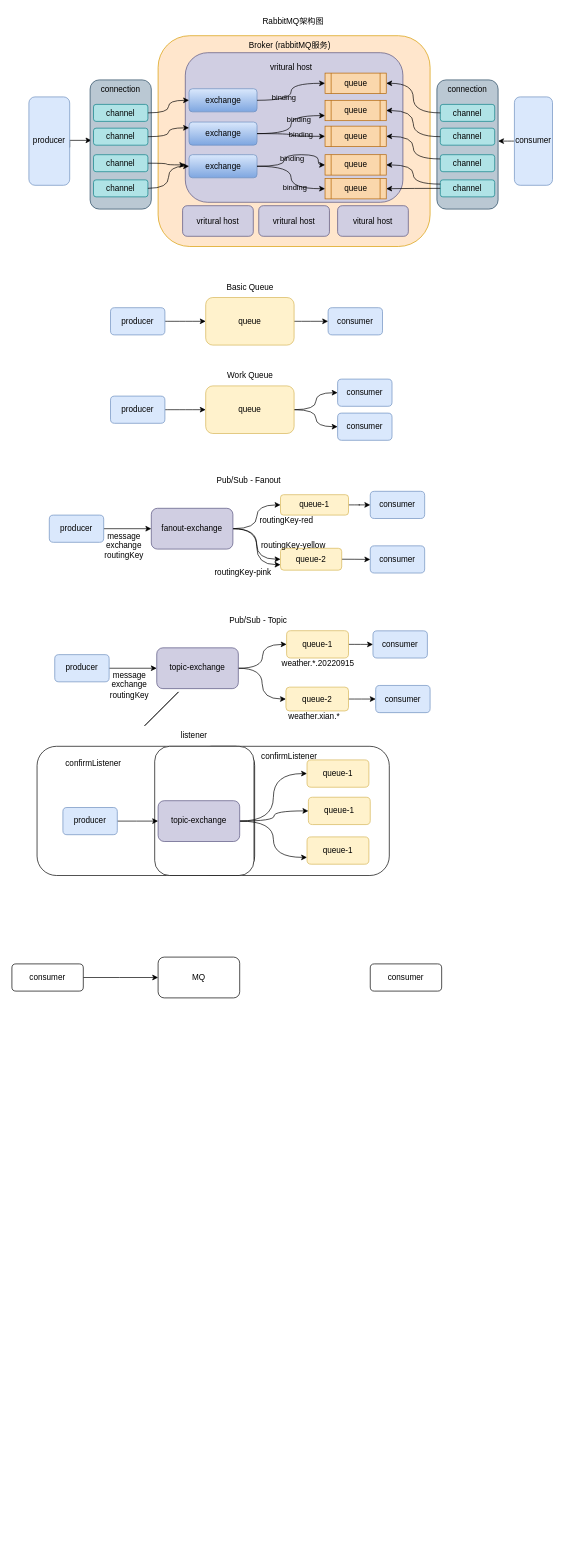
This is drawIo/mq/rabbitMQ.drawio from zxwin1105/note, a draw.io file, before an edit. Source tidied: cells renumbered, new cells numbered last; positions are measured from the earlier drawing's top-left corner, leaving out a move shared by most shapes. Both pictures are drawn from the tidied source at 68%, with x=0, y=0 at pixel (12, 12).
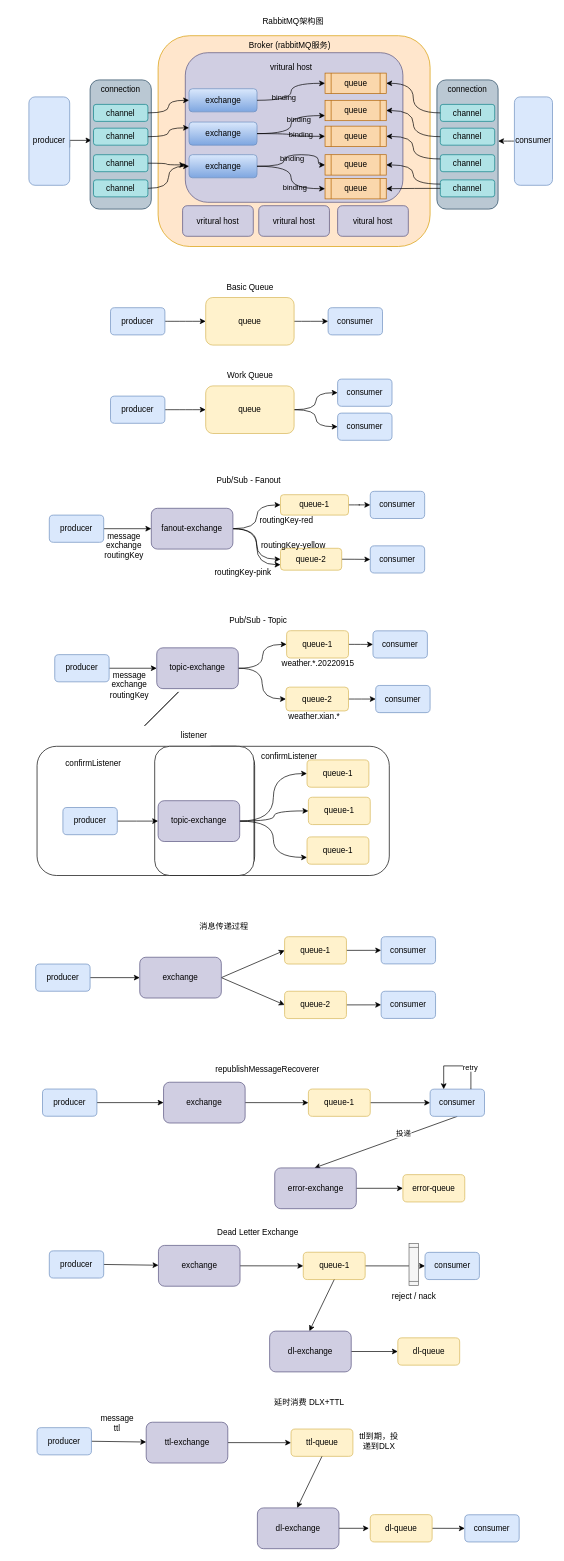
The same page after the edit.

What changed in the source:
```diff
@@
-    <mxCell id="119" style="edgeStyle=orthogonalEdgeStyle;curved=1;rounded=0;jettySize=auto;html=1;exitX=1;exitY=0.5;exitDx=0;exitDy=0;" parent="1" edge="1" source="120">
-      <mxGeometry relative="1" as="geometry">
-        <mxPoint x="215" y="1420" as="targetPoint" />
-      </mxGeometry>
-    </mxCell>
-    <mxCell id="120" value="consumer" style="rounded=1;whiteSpace=wrap;html=1;" parent="1" vertex="1">
-      <mxGeometry y="1400" width="105" height="40" as="geometry" />
-    </mxCell>
-    <mxCell id="121" value="consumer" style="rounded=1;whiteSpace=wrap;html=1;" parent="1" vertex="1">
-      <mxGeometry x="527" y="1400" width="105" height="40" as="geometry" />
-    </mxCell>
-    <mxCell id="122" value="MQ" style="rounded=1;whiteSpace=wrap;html=1;" parent="1" vertex="1">
-      <mxGeometry x="215" y="1390" width="120" height="60" as="geometry" />
-    </mxCell>
+    <mxCell id="123" value="消息传递过程" style="text;html=1;strokeColor=none;fillColor=none;align=center;verticalAlign=middle;whiteSpace=wrap;rounded=0;" parent="1" vertex="1">
+      <mxGeometry x="269" y="1330" width="86" height="30" as="geometry" />
+    </mxCell>
+    <mxCell id="124" style="edgeStyle=orthogonalEdgeStyle;rounded=0;jettySize=auto;html=1;exitX=1;exitY=0.5;exitDx=0;exitDy=0;entryX=0;entryY=0.5;entryDx=0;entryDy=0;" parent="1" edge="1" source="125" target="128">
+      <mxGeometry relative="1" as="geometry" />
+    </mxCell>
+    <mxCell id="125" value="producer" style="rounded=1;whiteSpace=wrap;html=1;labelBackgroundColor=none;fillColor=#dae8fc;strokeColor=#6c8ebf;" parent="1" vertex="1">
+      <mxGeometry x="35" y="1400.2" width="80" height="40" as="geometry" />
+    </mxCell>
+    <mxCell id="126" style="rounded=0;jettySize=auto;html=1;exitX=1;exitY=0.5;exitDx=0;exitDy=0;entryX=0;entryY=0.5;entryDx=0;entryDy=0;" parent="1" edge="1" source="128" target="130">
+      <mxGeometry relative="1" as="geometry" />
+    </mxCell>
+    <mxCell id="127" style="rounded=0;jettySize=auto;html=1;exitX=1;exitY=0.5;exitDx=0;exitDy=0;entryX=0;entryY=0.5;entryDx=0;entryDy=0;" parent="1" edge="1" source="128" target="132">
+      <mxGeometry relative="1" as="geometry" />
+    </mxCell>
+    <mxCell id="128" value="exchange" style="rounded=1;whiteSpace=wrap;html=1;fillColor=#d0cee2;strokeColor=#56517e;" parent="1" vertex="1">
+      <mxGeometry x="188" y="1390.2" width="120" height="60" as="geometry" />
+    </mxCell>
+    <mxCell id="129" style="edgeStyle=none;rounded=0;jettySize=auto;html=1;exitX=1;exitY=0.5;exitDx=0;exitDy=0;" parent="1" edge="1" source="130" target="133">
+      <mxGeometry relative="1" as="geometry" />
+    </mxCell>
+    <mxCell id="130" value="queue-1" style="rounded=1;whiteSpace=wrap;html=1;fillColor=#fff2cc;strokeColor=#d6b656;" parent="1" vertex="1">
+      <mxGeometry x="401" y="1360" width="91" height="40.2" as="geometry" />
+    </mxCell>
+    <mxCell id="131" style="edgeStyle=none;rounded=0;jettySize=auto;html=1;exitX=1;exitY=0.5;exitDx=0;exitDy=0;" parent="1" edge="1" source="132" target="134">
+      <mxGeometry relative="1" as="geometry" />
+    </mxCell>
+    <mxCell id="132" value="queue-2" style="rounded=1;whiteSpace=wrap;html=1;fillColor=#fff2cc;strokeColor=#d6b656;" parent="1" vertex="1">
+      <mxGeometry x="401" y="1440.2" width="91" height="40.2" as="geometry" />
+    </mxCell>
+    <mxCell id="133" value="consumer&lt;br&gt;" style="rounded=1;whiteSpace=wrap;html=1;labelBackgroundColor=none;fillColor=#dae8fc;strokeColor=#6c8ebf;" parent="1" vertex="1">
+      <mxGeometry x="543" y="1360" width="80" height="40" as="geometry" />
+    </mxCell>
+    <mxCell id="134" value="consumer&lt;br&gt;" style="rounded=1;whiteSpace=wrap;html=1;labelBackgroundColor=none;fillColor=#dae8fc;strokeColor=#6c8ebf;" parent="1" vertex="1">
+      <mxGeometry x="543" y="1440.2" width="80" height="40" as="geometry" />
+    </mxCell>
+    <mxCell id="135" value="republishMessageRecoverer" style="text;html=1;strokeColor=none;fillColor=none;align=center;verticalAlign=middle;whiteSpace=wrap;rounded=0;" parent="1" vertex="1">
+      <mxGeometry x="299" y="1540" width="154" height="30" as="geometry" />
+    </mxCell>
+    <mxCell id="136" style="edgeStyle=none;rounded=0;jettySize=auto;html=1;exitX=1;exitY=0.5;exitDx=0;exitDy=0;" parent="1" edge="1" source="137" target="139">
+      <mxGeometry relative="1" as="geometry" />
+    </mxCell>
+    <mxCell id="137" value="producer" style="rounded=1;whiteSpace=wrap;html=1;labelBackgroundColor=none;fillColor=#dae8fc;strokeColor=#6c8ebf;" parent="1" vertex="1">
+      <mxGeometry x="45" y="1584" width="80" height="40" as="geometry" />
+    </mxCell>
+    <mxCell id="138" style="edgeStyle=none;rounded=0;jettySize=auto;html=1;exitX=1;exitY=0.5;exitDx=0;exitDy=0;entryX=0;entryY=0.5;entryDx=0;entryDy=0;" parent="1" edge="1" source="139" target="141">
+      <mxGeometry relative="1" as="geometry" />
+    </mxCell>
+    <mxCell id="139" value="exchange" style="rounded=1;whiteSpace=wrap;html=1;fillColor=#d0cee2;strokeColor=#56517e;" parent="1" vertex="1">
+      <mxGeometry x="223" y="1574" width="120" height="60" as="geometry" />
+    </mxCell>
+    <mxCell id="140" style="edgeStyle=none;rounded=0;jettySize=auto;html=1;exitX=1;exitY=0.5;exitDx=0;exitDy=0;" parent="1" edge="1" source="141" target="144">
+      <mxGeometry relative="1" as="geometry" />
+    </mxCell>
+    <mxCell id="141" value="queue-1" style="rounded=1;whiteSpace=wrap;html=1;fillColor=#fff2cc;strokeColor=#d6b656;" parent="1" vertex="1">
+      <mxGeometry x="436" y="1584" width="91" height="40.2" as="geometry" />
+    </mxCell>
+    <mxCell id="142" style="rounded=0;jettySize=auto;html=1;exitX=0.5;exitY=1;exitDx=0;exitDy=0;elbow=vertical;" parent="1" edge="1" source="144">
+      <mxGeometry relative="1" as="geometry">
+        <mxPoint x="445" y="1700" as="targetPoint" />
+      </mxGeometry>
+    </mxCell>
+    <mxCell id="143" value="投递" style="edgeLabel;html=1;align=center;verticalAlign=middle;" parent="142" vertex="1">
+      <mxGeometry x="-0.26" y="-3" relative="1" as="geometry" />
+    </mxCell>
+    <mxCell id="144" value="consumer&lt;br&gt;" style="rounded=1;whiteSpace=wrap;html=1;labelBackgroundColor=none;fillColor=#dae8fc;strokeColor=#6c8ebf;" parent="1" vertex="1">
+      <mxGeometry x="615" y="1584.2" width="80" height="40" as="geometry" />
+    </mxCell>
+    <mxCell id="145" style="edgeStyle=orthogonalEdgeStyle;rounded=0;orthogonalLoop=1;jettySize=auto;html=1;exitX=0.75;exitY=0;exitDx=0;exitDy=0;entryX=0.25;entryY=0;entryDx=0;entryDy=0;elbow=vertical;" parent="1" edge="1" source="144" target="144">
+      <mxGeometry relative="1" as="geometry">
+        <Array as="points">
+          <mxPoint x="675" y="1550" />
+          <mxPoint x="635" y="1550" />
+        </Array>
+      </mxGeometry>
+    </mxCell>
+    <mxCell id="146" value="retry" style="edgeLabel;html=1;align=center;verticalAlign=middle;" parent="145" vertex="1">
+      <mxGeometry x="-0.33" y="1" relative="1" as="geometry" />
+    </mxCell>
+    <mxCell id="147" style="edgeStyle=none;rounded=0;jettySize=auto;html=1;exitX=1;exitY=0.5;exitDx=0;exitDy=0;elbow=vertical;" parent="1" edge="1" source="148">
+      <mxGeometry relative="1" as="geometry">
+        <mxPoint x="575" y="1730" as="targetPoint" />
+      </mxGeometry>
+    </mxCell>
+    <mxCell id="148" value="error-exchange" style="rounded=1;whiteSpace=wrap;html=1;fillColor=#d0cee2;strokeColor=#56517e;" parent="1" vertex="1">
+      <mxGeometry x="386.5" y="1700" width="120" height="60" as="geometry" />
+    </mxCell>
+    <mxCell id="149" value="error-queue" style="rounded=1;whiteSpace=wrap;html=1;fillColor=#fff2cc;strokeColor=#d6b656;" parent="1" vertex="1">
+      <mxGeometry x="575" y="1709.9" width="91" height="40.2" as="geometry" />
+    </mxCell>
+    <mxCell id="150" value="Dead Letter Exchange" style="text;html=1;strokeColor=none;fillColor=none;align=center;verticalAlign=middle;whiteSpace=wrap;rounded=0;" parent="1" vertex="1">
+      <mxGeometry x="285" y="1780" width="154" height="30" as="geometry" />
+    </mxCell>
+    <mxCell id="151" style="edgeStyle=none;rounded=0;jettySize=auto;html=1;exitX=1;exitY=0.5;exitDx=0;exitDy=0;" parent="1" edge="1" source="152" target="154">
+      <mxGeometry relative="1" as="geometry" />
+    </mxCell>
+    <mxCell id="152" value="producer" style="rounded=1;whiteSpace=wrap;html=1;labelBackgroundColor=none;fillColor=#dae8fc;strokeColor=#6c8ebf;" parent="1" vertex="1">
+      <mxGeometry x="55" y="1822" width="80" height="40" as="geometry" />
+    </mxCell>
+    <mxCell id="153" style="edgeStyle=none;rounded=0;jettySize=auto;html=1;exitX=1;exitY=0.5;exitDx=0;exitDy=0;entryX=0;entryY=0.5;entryDx=0;entryDy=0;" parent="1" edge="1" source="154" target="156">
+      <mxGeometry relative="1" as="geometry" />
+    </mxCell>
+    <mxCell id="154" value="exchange" style="rounded=1;whiteSpace=wrap;html=1;fillColor=#d0cee2;strokeColor=#56517e;" parent="1" vertex="1">
+      <mxGeometry x="215.5" y="1814" width="120" height="60" as="geometry" />
+    </mxCell>
+    <mxCell id="155" style="edgeStyle=none;rounded=0;jettySize=auto;html=1;exitX=1;exitY=0.5;exitDx=0;exitDy=0;" parent="1" edge="1" source="156" target="158">
+      <mxGeometry relative="1" as="geometry" />
+    </mxCell>
+    <mxCell id="156" value="queue-1" style="rounded=1;whiteSpace=wrap;html=1;fillColor=#fff2cc;strokeColor=#d6b656;" parent="1" vertex="1">
+      <mxGeometry x="428.5" y="1824" width="91" height="40.2" as="geometry" />
+    </mxCell>
+    <mxCell id="157" style="rounded=0;jettySize=auto;html=1;exitX=0.5;exitY=1;exitDx=0;exitDy=0;elbow=vertical;" parent="1" edge="1" source="156">
+      <mxGeometry relative="1" as="geometry">
+        <mxPoint x="437.5" y="1940" as="targetPoint" />
+      </mxGeometry>
+    </mxCell>
+    <mxCell id="158" value="consumer&lt;br&gt;" style="rounded=1;whiteSpace=wrap;html=1;labelBackgroundColor=none;fillColor=#dae8fc;strokeColor=#6c8ebf;" parent="1" vertex="1">
+      <mxGeometry x="607.5" y="1824.2" width="80" height="40" as="geometry" />
+    </mxCell>
+    <mxCell id="159" style="edgeStyle=none;rounded=0;jettySize=auto;html=1;exitX=1;exitY=0.5;exitDx=0;exitDy=0;elbow=vertical;" parent="1" edge="1" source="160">
+      <mxGeometry relative="1" as="geometry">
+        <mxPoint x="567.5" y="1970" as="targetPoint" />
+      </mxGeometry>
+    </mxCell>
+    <mxCell id="160" value="dl-exchange" style="rounded=1;whiteSpace=wrap;html=1;fillColor=#d0cee2;strokeColor=#56517e;" parent="1" vertex="1">
+      <mxGeometry x="379" y="1940" width="120" height="60" as="geometry" />
+    </mxCell>
+    <mxCell id="161" value="dl-queue" style="rounded=1;whiteSpace=wrap;html=1;fillColor=#fff2cc;strokeColor=#d6b656;" parent="1" vertex="1">
+      <mxGeometry x="567.5" y="1949.9" width="91" height="40.2" as="geometry" />
+    </mxCell>
+    <mxCell id="162" style="shape=process;whiteSpace=wrap;html=1;backgroundOutline=1;rotation=90;fillColor=#f5f5f5;fontColor=#333333;strokeColor=#666666;" parent="1" vertex="1">
+      <mxGeometry x="560" y="1835" width="62" height="14" as="geometry" />
+    </mxCell>
+    <mxCell id="163" value="reject / nack" style="text;html=1;strokeColor=none;fillColor=none;align=center;verticalAlign=middle;whiteSpace=wrap;rounded=0;" parent="1" vertex="1">
+      <mxGeometry x="555" y="1874" width="73" height="30" as="geometry" />
+    </mxCell>
+    <mxCell id="164" style="edgeStyle=none;rounded=0;jettySize=auto;html=1;exitX=1;exitY=0.5;exitDx=0;exitDy=0;" parent="1" edge="1" source="165" target="167">
+      <mxGeometry relative="1" as="geometry" />
+    </mxCell>
+    <mxCell id="165" value="producer" style="rounded=1;whiteSpace=wrap;html=1;labelBackgroundColor=none;fillColor=#dae8fc;strokeColor=#6c8ebf;" parent="1" vertex="1">
+      <mxGeometry x="37" y="2082" width="80" height="40" as="geometry" />
+    </mxCell>
+    <mxCell id="166" style="edgeStyle=none;rounded=0;jettySize=auto;html=1;exitX=1;exitY=0.5;exitDx=0;exitDy=0;entryX=0;entryY=0.5;entryDx=0;entryDy=0;" parent="1" edge="1" source="167" target="168">
+      <mxGeometry relative="1" as="geometry" />
+    </mxCell>
+    <mxCell id="167" value="ttl-exchange" style="rounded=1;whiteSpace=wrap;html=1;fillColor=#d0cee2;strokeColor=#56517e;" parent="1" vertex="1">
+      <mxGeometry x="197.5" y="2074" width="120" height="60" as="geometry" />
+    </mxCell>
+    <mxCell id="168" value="ttl-queue" style="rounded=1;whiteSpace=wrap;html=1;fillColor=#fff2cc;strokeColor=#d6b656;" parent="1" vertex="1">
+      <mxGeometry x="410.5" y="2084" width="91" height="40.2" as="geometry" />
+    </mxCell>
+    <mxCell id="169" style="rounded=0;jettySize=auto;html=1;exitX=0.5;exitY=1;exitDx=0;exitDy=0;elbow=vertical;" parent="1" edge="1" source="168">
+      <mxGeometry relative="1" as="geometry">
+        <mxPoint x="419.5" y="2200" as="targetPoint" />
+      </mxGeometry>
+    </mxCell>
+    <mxCell id="170" style="edgeStyle=none;rounded=0;jettySize=auto;html=1;exitX=1;exitY=0.5;exitDx=0;exitDy=0;elbow=vertical;" parent="1" edge="1" source="171">
+      <mxGeometry relative="1" as="geometry">
+        <mxPoint x="525" y="2230" as="targetPoint" />
+      </mxGeometry>
+    </mxCell>
+    <mxCell id="171" value="dl-exchange" style="rounded=1;whiteSpace=wrap;html=1;fillColor=#d0cee2;strokeColor=#56517e;" parent="1" vertex="1">
+      <mxGeometry x="361" y="2200" width="120" height="60" as="geometry" />
+    </mxCell>
+    <mxCell id="172" style="edgeStyle=none;rounded=0;jettySize=auto;html=1;exitX=1;exitY=0.5;exitDx=0;exitDy=0;entryX=0;entryY=0.5;entryDx=0;entryDy=0;elbow=vertical;" parent="1" edge="1" source="173" target="175">
+      <mxGeometry relative="1" as="geometry" />
+    </mxCell>
+    <mxCell id="173" value="dl-queue" style="rounded=1;whiteSpace=wrap;html=1;fillColor=#fff2cc;strokeColor=#d6b656;" parent="1" vertex="1">
+      <mxGeometry x="527" y="2209.9" width="91" height="40.2" as="geometry" />
+    </mxCell>
+    <mxCell id="174" value="message&lt;br&gt;ttl" style="text;html=1;strokeColor=none;fillColor=none;align=center;verticalAlign=middle;whiteSpace=wrap;rounded=0;" parent="1" vertex="1">
+      <mxGeometry x="125" y="2060" width="60" height="30" as="geometry" />
+    </mxCell>
+    <mxCell id="175" value="consumer&lt;br&gt;" style="rounded=1;whiteSpace=wrap;html=1;labelBackgroundColor=none;fillColor=#dae8fc;strokeColor=#6c8ebf;" parent="1" vertex="1">
+      <mxGeometry x="666" y="2210.1" width="80" height="40" as="geometry" />
+    </mxCell>
+    <mxCell id="176" value="延时消费 DLX+TTL" style="text;html=1;strokeColor=none;fillColor=none;align=center;verticalAlign=middle;whiteSpace=wrap;rounded=0;" parent="1" vertex="1">
+      <mxGeometry x="368.5" y="2030" width="136.5" height="30" as="geometry" />
+    </mxCell>
+    <mxCell id="177" value="ttl到期，投递到DLX" style="text;html=1;strokeColor=none;fillColor=none;align=center;verticalAlign=middle;whiteSpace=wrap;rounded=0;" parent="1" vertex="1">
+      <mxGeometry x="505" y="2087" width="70" height="30" as="geometry" />
+    </mxCell>
```
